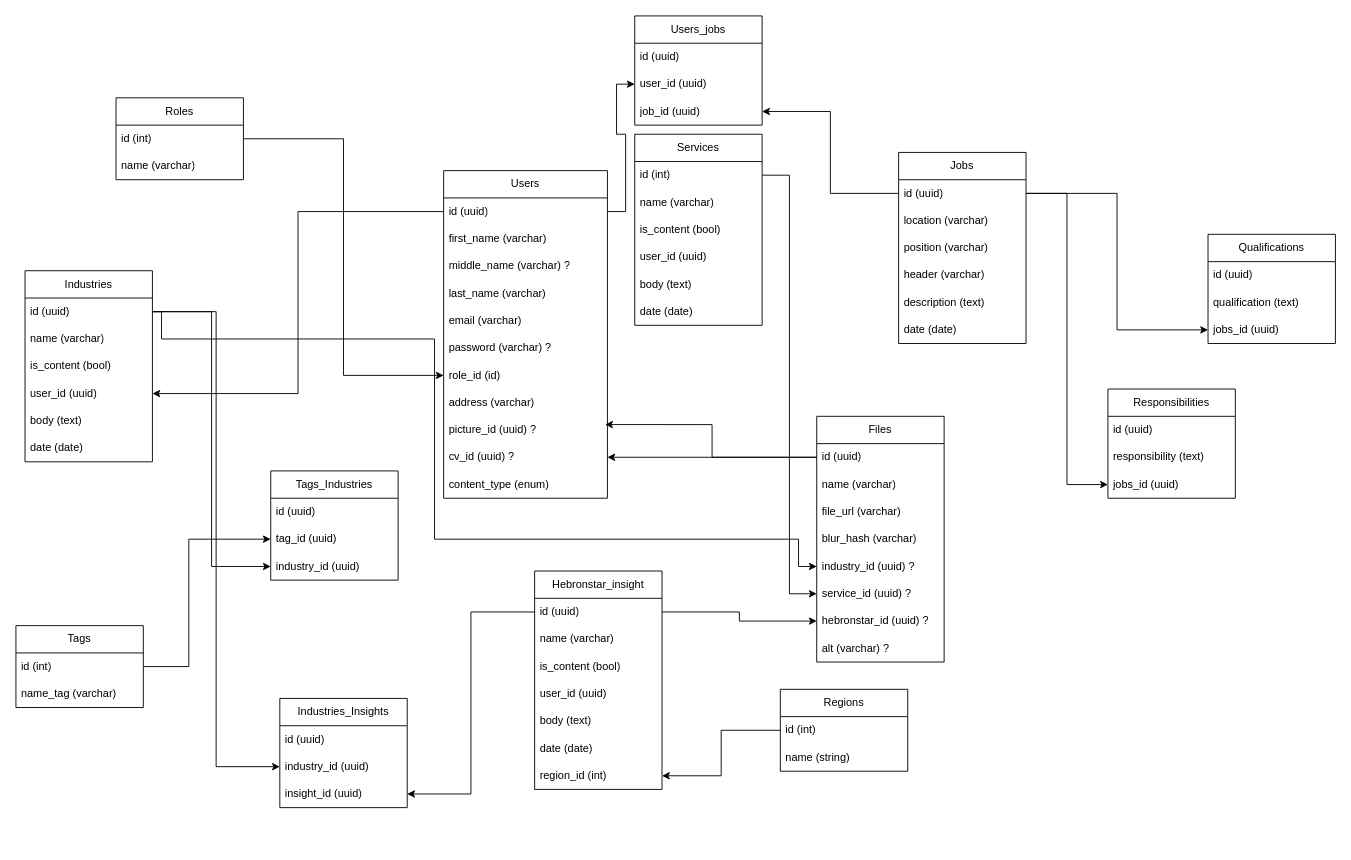
rvldodo/flowchart keeps this draw.io diagram as Untitled Diagram.drawio. Above is the earlier version. Source tidied: cells renumbered, new cells numbered last; positions are measured from the earlier drawing's top-left corner, leaving out a move shared by most shapes. Both pictures are drawn from the tidied source at 91%, with x=0, y=0 at pixel (15, 15).
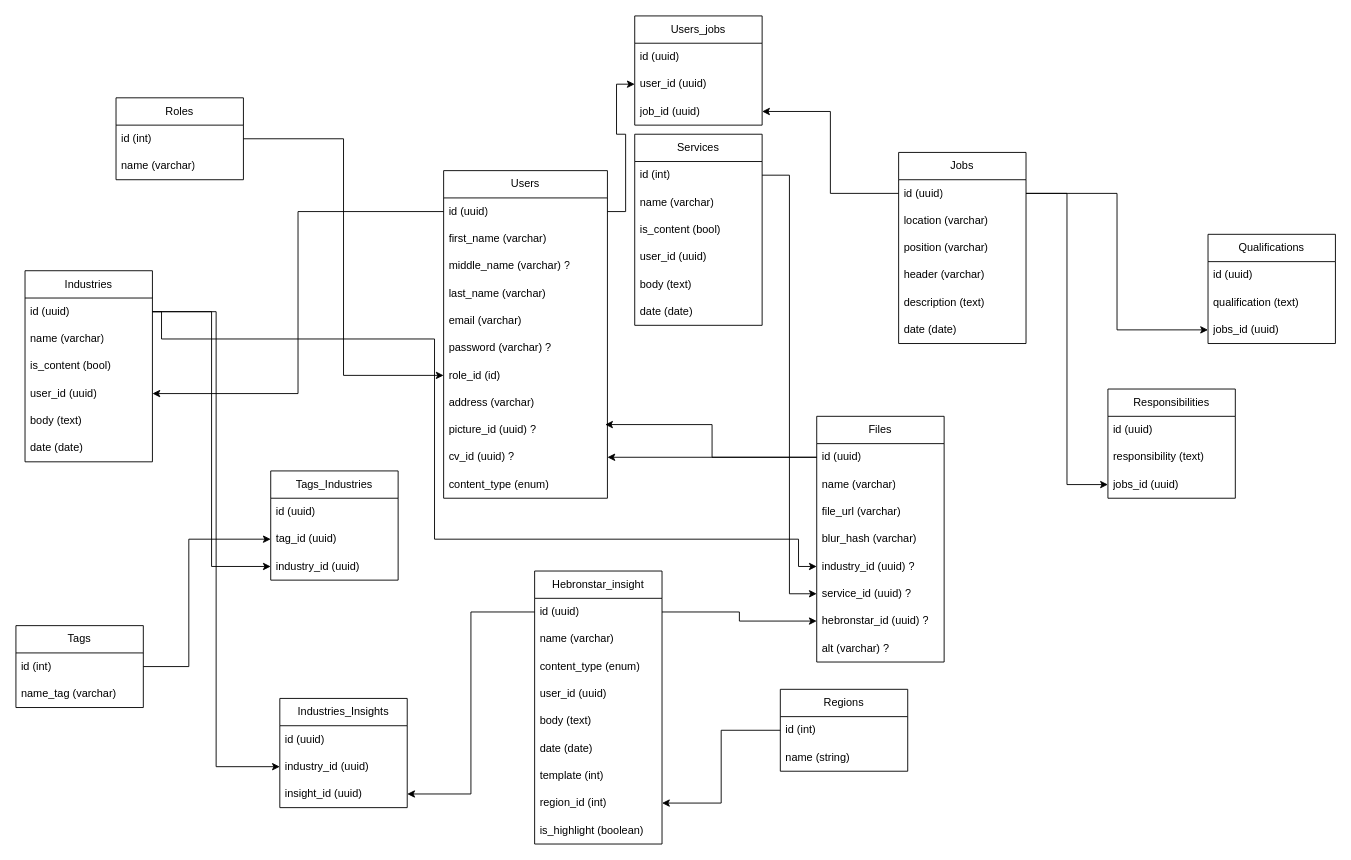
The same diagram, later.

Change to the diagram source:
```diff
@@
     <mxCell id="46" value="Hebronstar_insight" style="swimlane;fontStyle=0;horizontal=1;startSize=30;whiteSpace=wrap;html=1;" parent="1" vertex="1">
-      <mxGeometry x="570" y="610" width="140" height="240" as="geometry" />
+      <mxGeometry x="570" y="610" width="140" height="300" as="geometry" />
     </mxCell>
@@
-    <mxCell id="49" value="is_content (bool)" style="text;strokeColor=none;fillColor=none;align=left;verticalAlign=middle;spacingLeft=4;spacingRight=4;overflow=hidden;whiteSpace=wrap;html=1;" parent="46" vertex="1">
+    <mxCell id="49" value="content_type (enum)" style="text;strokeColor=none;fillColor=none;align=left;verticalAlign=middle;spacingLeft=4;spacingRight=4;overflow=hidden;whiteSpace=wrap;html=1;" parent="46" vertex="1">
       <mxGeometry y="90" width="140" height="30" as="geometry" />
     </mxCell>
@@
+    <mxCell id="97" value="template (int)" style="text;strokeColor=none;fillColor=none;align=left;verticalAlign=middle;spacingLeft=4;spacingRight=4;overflow=hidden;whiteSpace=wrap;html=1;" parent="46" vertex="1">
+      <mxGeometry y="210" width="140" height="30" as="geometry" />
+    </mxCell>
     <mxCell id="53" value="region_id (int)" style="text;strokeColor=none;fillColor=none;align=left;verticalAlign=middle;spacingLeft=4;spacingRight=4;overflow=hidden;points=[[0,0.5],[1,0.5]];portConstraint=eastwest;whiteSpace=wrap;html=1;" parent="46" vertex="1">
-      <mxGeometry y="210" width="140" height="30" as="geometry" />
+      <mxGeometry y="240" width="140" height="30" as="geometry" />
     </mxCell>
+    <mxCell id="98" value="is_highlight (boolean)" style="text;strokeColor=none;fillColor=none;align=left;verticalAlign=middle;spacingLeft=4;spacingRight=4;overflow=hidden;whiteSpace=wrap;html=1;" parent="46" vertex="1">
+      <mxGeometry y="270" width="140" height="30" as="geometry" />
+    </mxCell>
```
